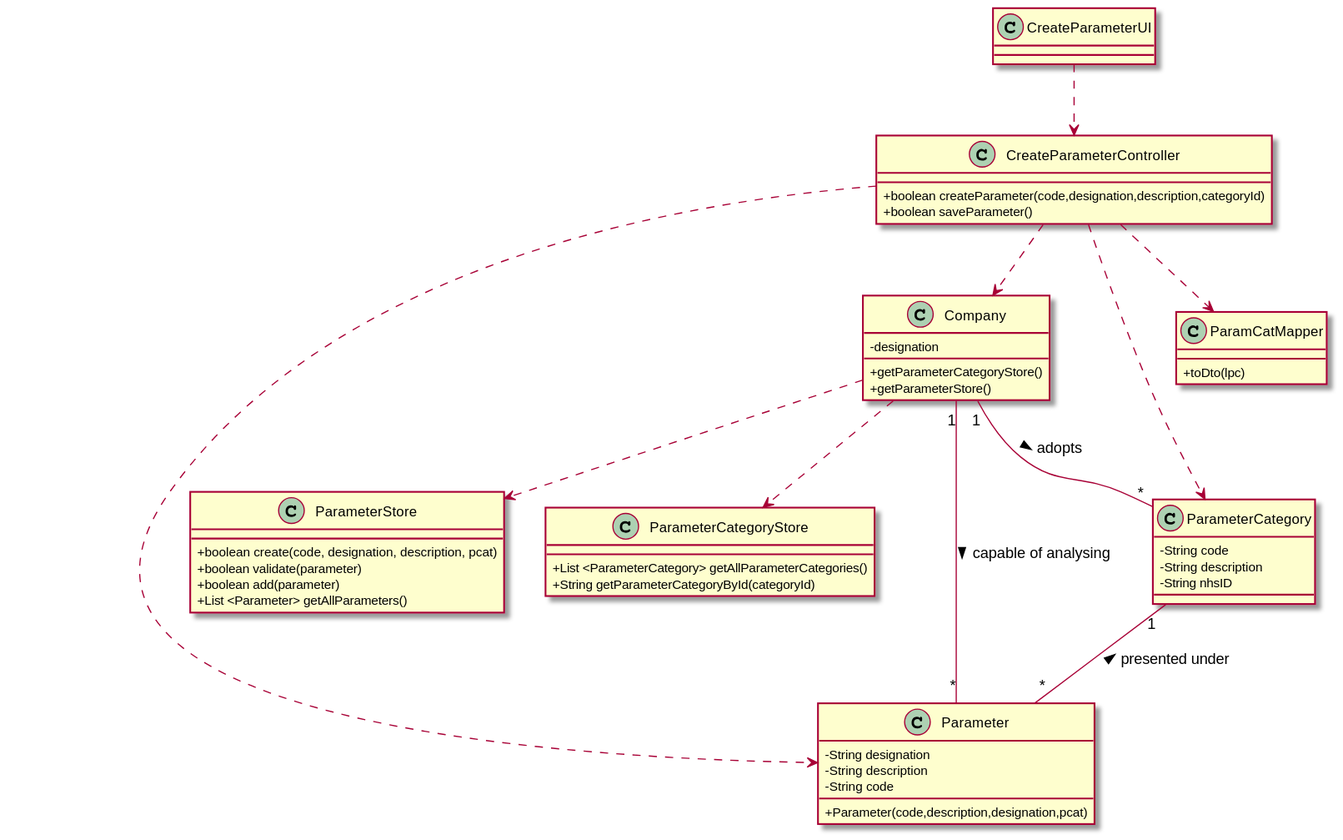
The PlantUML diagram docs/SprintB/US10/US10-CD.svg in 0franciscor/lei-21-s2-1de-g19, before a commit.
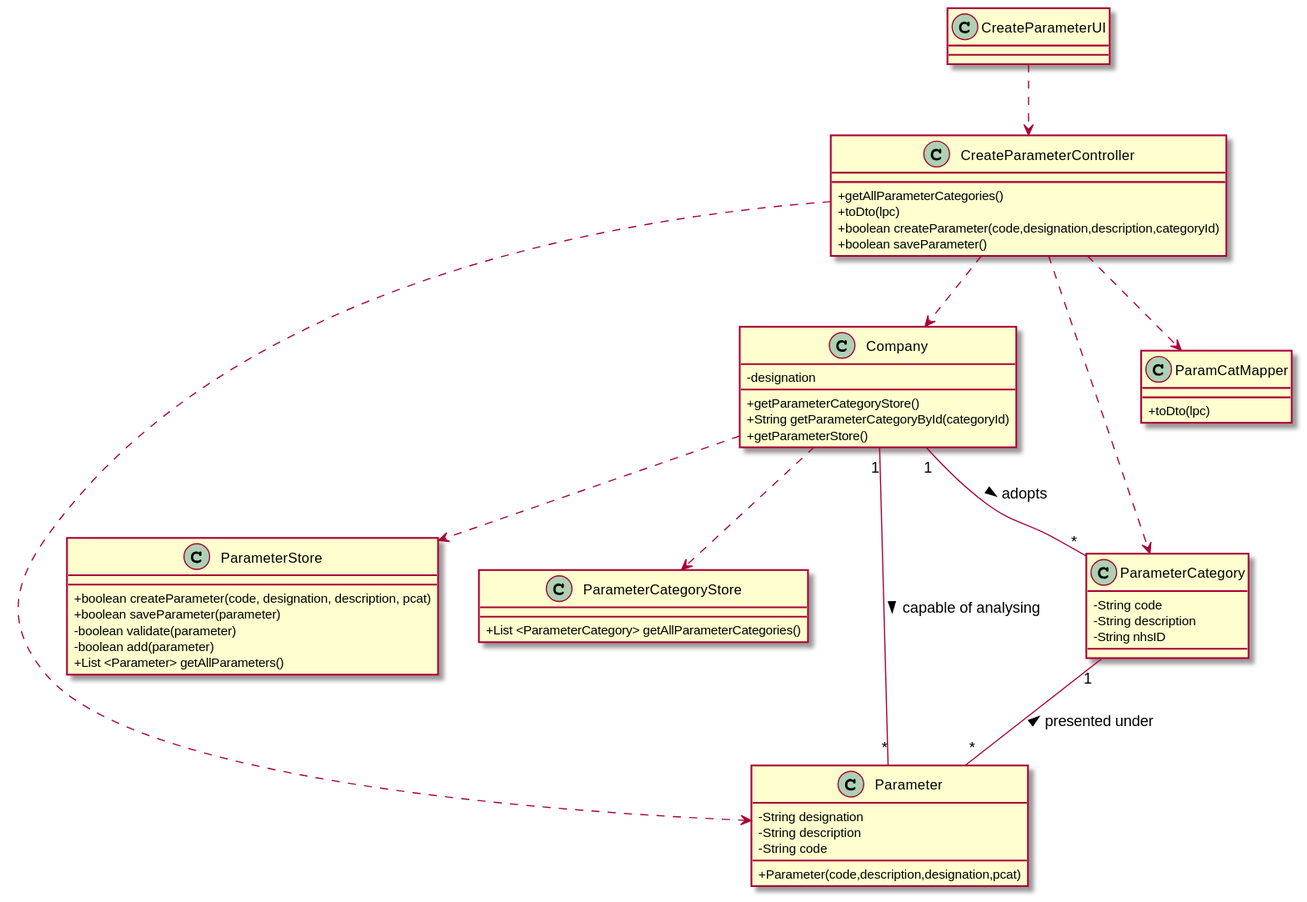
Above is the later version.

The edit, as a diff of the source:
```diff
@@ -3,15 +3,15 @@
 
 
 class ParameterStore{
-  +boolean create(code, designation, description, pcat)
-  +boolean validate(parameter)
-  +boolean add(parameter)
+  +boolean createParameter(code, designation, description, pcat)
+  +boolean saveParameter(parameter)
+  -boolean validate(parameter)
+  -boolean add(parameter)
   +List <Parameter> getAllParameters()
 }
 
 class ParameterCategoryStore{
   +List <ParameterCategory> getAllParameterCategories()
-  +String getParameterCategoryById(categoryId)
 }
 
 
@@ -25,6 +25,7 @@
 class Company {
   -designation
   +getParameterCategoryStore()
+  +String getParameterCategoryById(categoryId)
   +getParameterStore()
 }
 
@@ -42,6 +43,8 @@
 
 
 class CreateParameterController {
+  +getAllParameterCategories()
+  +toDto(lpc)
   +boolean createParameter(code,designation,description,categoryId)
   +boolean saveParameter()
 }
```
